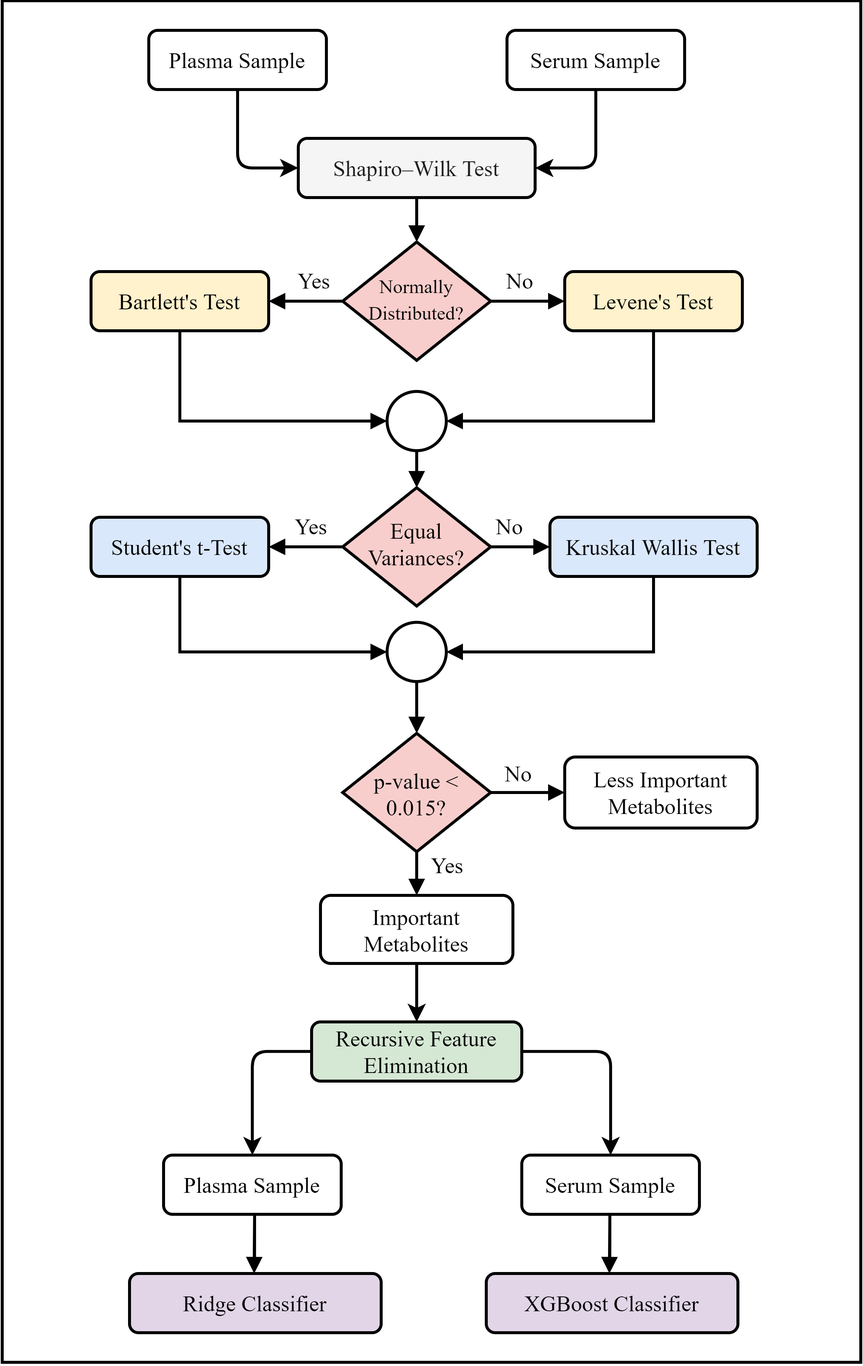
The draw.io diagram visualizations/diagram/both in one.png in utshabkg/lung_cancer_biomarker, before a commit. Source tidied: cells renumbered, new cells last; positions are measured from the earlier drawing's top-left corner, leaving out a move shared by most shapes. The source it was exported from:
```xml
<mxGraphModel>
  <root>
    <mxCell id="0" />
    <mxCell id="1" parent="0" />
    <mxCell id="2" value="Shapiro–Wilk Test" style="rounded=1;whiteSpace=wrap;html=1;fontSize=15;glass=0;strokeWidth=2;shadow=0;fontStyle=0;fontFamily=Times New Roman;fillColor=#f5f5f5;fontColor=#1C1C1C;" parent="1" vertex="1">
      <mxGeometry x="200" y="93" width="160" height="40" as="geometry" />
    </mxCell>
    <mxCell id="3" value="&lt;font style=&quot;font-size: 13px&quot;&gt;Normally Distributed?&lt;/font&gt;" style="rhombus;whiteSpace=wrap;html=1;shadow=0;fontFamily=Times New Roman;fontSize=15;align=center;strokeWidth=2;spacing=6;spacingTop=-4;fontStyle=0;fillColor=#f8cecc;" parent="1" vertex="1">
      <mxGeometry x="230" y="163" width="100" height="80" as="geometry" />
    </mxCell>
    <mxCell id="4" style="edgeStyle=orthogonalEdgeStyle;rounded=0;jettySize=auto;html=1;exitX=0.5;exitY=1;exitDx=0;exitDy=0;entryX=0.5;entryY=0;entryDx=0;entryDy=0;fontFamily=Times New Roman;fontSize=15;fontColor=#000000;endArrow=block;endFill=1;strokeWidth=2;" parent="1" edge="1" source="2" target="3">
      <mxGeometry x="-40" y="-100" as="geometry" />
    </mxCell>
    <mxCell id="5" value="&lt;span style=&quot;font-size: 15px;&quot;&gt;Levene's Test&lt;/span&gt;" style="rounded=1;whiteSpace=wrap;html=1;fontSize=15;glass=0;strokeWidth=2;shadow=0;fontStyle=0;fontFamily=Times New Roman;fillColor=#fff2cc;" parent="1" vertex="1">
      <mxGeometry x="380" y="183" width="120" height="40" as="geometry" />
    </mxCell>
    <mxCell id="6" style="edgeStyle=orthogonalEdgeStyle;rounded=0;jettySize=auto;html=1;exitX=1;exitY=0.5;exitDx=0;exitDy=0;entryX=0;entryY=0.5;entryDx=0;entryDy=0;fontFamily=Times New Roman;fontSize=15;fontColor=#000000;endArrow=block;endFill=1;strokeWidth=2;" parent="1" edge="1" source="3" target="5">
      <mxGeometry x="-40" y="-100" as="geometry" />
    </mxCell>
    <mxCell id="7" value="&lt;span style=&quot;font-size: 15px;&quot;&gt;Bartlett's Test&lt;/span&gt;" style="rounded=1;whiteSpace=wrap;html=1;fontSize=15;glass=0;strokeWidth=2;shadow=0;fontStyle=0;fontFamily=Times New Roman;fillColor=#fff2cc;" parent="1" vertex="1">
      <mxGeometry x="60" y="183" width="120" height="40" as="geometry" />
    </mxCell>
    <mxCell id="8" style="edgeStyle=orthogonalEdgeStyle;rounded=0;jettySize=auto;html=1;exitX=0;exitY=0.5;exitDx=0;exitDy=0;entryX=1;entryY=0.5;entryDx=0;entryDy=0;fontFamily=Times New Roman;fontSize=15;fontColor=#000000;endArrow=block;endFill=1;strokeWidth=2;" parent="1" edge="1" source="3" target="7">
      <mxGeometry x="-40" y="-100" as="geometry" />
    </mxCell>
    <mxCell id="9" value="Equal Variances?" style="rhombus;whiteSpace=wrap;html=1;shadow=0;fontFamily=Times New Roman;fontSize=15;align=center;strokeWidth=2;spacing=6;spacingTop=-4;fontStyle=0;fillColor=#f8cecc;" parent="1" vertex="1">
      <mxGeometry x="230" y="329" width="100" height="80" as="geometry" />
    </mxCell>
    <mxCell id="10" value="&lt;span style=&quot;font-size: 15px;&quot;&gt;Kruskal Wallis Test&lt;/span&gt;" style="rounded=1;whiteSpace=wrap;html=1;fontSize=15;glass=0;strokeWidth=2;shadow=0;fontStyle=0;fontFamily=Times New Roman;fillColor=#dae8fc;" parent="1" vertex="1">
      <mxGeometry x="370" y="349" width="140" height="40" as="geometry" />
    </mxCell>
    <mxCell id="11" style="edgeStyle=orthogonalEdgeStyle;rounded=0;jettySize=auto;html=1;exitX=1;exitY=0.5;exitDx=0;exitDy=0;entryX=0;entryY=0.5;entryDx=0;entryDy=0;fontFamily=Times New Roman;fontSize=15;fontColor=#000000;endArrow=block;endFill=1;strokeWidth=2;" parent="1" edge="1" source="9" target="10">
      <mxGeometry x="-40" y="-100" as="geometry" />
    </mxCell>
    <mxCell id="12" value="&lt;span style=&quot;font-size: 15px;&quot;&gt;Student's t-Test&lt;/span&gt;" style="rounded=1;whiteSpace=wrap;html=1;fontSize=15;glass=0;strokeWidth=2;shadow=0;fontStyle=0;fontFamily=Times New Roman;fillColor=#dae8fc;" parent="1" vertex="1">
      <mxGeometry x="60" y="349" width="120" height="40" as="geometry" />
    </mxCell>
    <mxCell id="13" style="edgeStyle=orthogonalEdgeStyle;rounded=0;jettySize=auto;html=1;exitX=0;exitY=0.5;exitDx=0;exitDy=0;entryX=1;entryY=0.5;entryDx=0;entryDy=0;fontFamily=Times New Roman;fontSize=15;fontColor=#000000;endArrow=block;endFill=1;strokeWidth=2;" parent="1" edge="1" source="9" target="12">
      <mxGeometry x="-40" y="-100" as="geometry" />
    </mxCell>
    <mxCell id="14" style="edgeStyle=orthogonalEdgeStyle;rounded=0;jettySize=auto;html=1;exitX=0.5;exitY=1;exitDx=0;exitDy=0;entryX=0.5;entryY=0;entryDx=0;entryDy=0;fontFamily=Times New Roman;fontSize=15;fontColor=#000000;endArrow=block;endFill=1;strokeWidth=2;" parent="1" edge="1" source="15" target="9">
      <mxGeometry x="-40" y="-100" as="geometry" />
    </mxCell>
    <mxCell id="15" style="ellipse;whiteSpace=wrap;html=1;fontStyle=0;fontFamily=Times New Roman;fontSize=15;strokeWidth=2;" parent="1" vertex="1">
      <mxGeometry x="260" y="264" width="40" height="40" as="geometry" />
    </mxCell>
    <mxCell id="16" style="edgeStyle=orthogonalEdgeStyle;rounded=0;jettySize=auto;html=1;exitX=0.5;exitY=1;exitDx=0;exitDy=0;entryX=1;entryY=0.5;entryDx=0;entryDy=0;fontFamily=Times New Roman;fontSize=15;fontColor=#000000;endArrow=block;endFill=1;strokeWidth=2;" parent="1" edge="1" source="5" target="15">
      <mxGeometry x="-40" y="-100" as="geometry" />
    </mxCell>
    <mxCell id="17" style="edgeStyle=orthogonalEdgeStyle;rounded=0;jettySize=auto;html=1;exitX=0.5;exitY=1;exitDx=0;exitDy=0;entryX=0;entryY=0.5;entryDx=0;entryDy=0;fontFamily=Times New Roman;fontSize=15;fontColor=#000000;endArrow=block;endFill=1;strokeWidth=2;" parent="1" edge="1" source="7" target="15">
      <mxGeometry x="-40" y="-100" as="geometry" />
    </mxCell>
    <mxCell id="18" style="ellipse;whiteSpace=wrap;html=1;fontStyle=0;fontFamily=Times New Roman;fontSize=15;strokeWidth=2;" parent="1" vertex="1">
      <mxGeometry x="260" y="420" width="40" height="40" as="geometry" />
    </mxCell>
    <mxCell id="19" style="edgeStyle=orthogonalEdgeStyle;rounded=0;jettySize=auto;html=1;exitX=0.5;exitY=1;exitDx=0;exitDy=0;entryX=1;entryY=0.5;entryDx=0;entryDy=0;fontFamily=Times New Roman;fontSize=15;fontColor=#000000;endArrow=block;endFill=1;strokeWidth=2;" parent="1" edge="1" source="10" target="18">
      <mxGeometry x="-40" y="-100" as="geometry" />
    </mxCell>
    <mxCell id="20" style="edgeStyle=orthogonalEdgeStyle;rounded=0;jettySize=auto;html=1;exitX=0.5;exitY=1;exitDx=0;exitDy=0;entryX=0;entryY=0.5;entryDx=0;entryDy=0;fontFamily=Times New Roman;fontSize=15;fontColor=#000000;endArrow=block;endFill=1;strokeWidth=2;" parent="1" edge="1" source="12" target="18">
      <mxGeometry x="-40" y="-100" as="geometry" />
    </mxCell>
    <mxCell id="21" style="edgeStyle=orthogonalEdgeStyle;rounded=0;jettySize=auto;html=1;exitX=0.5;exitY=1;exitDx=0;exitDy=0;entryX=0.5;entryY=0;entryDx=0;entryDy=0;fontFamily=Times New Roman;fontSize=15;fontColor=#000000;endArrow=block;endFill=1;strokeWidth=2;" parent="1" edge="1" target="31">
      <mxGeometry x="-40" y="-100" as="geometry">
        <mxPoint x="280" y="568" as="sourcePoint" />
      </mxGeometry>
    </mxCell>
    <mxCell id="22" style="rhombus;whiteSpace=wrap;html=1;shadow=0;fontFamily=Times New Roman;fontSize=15;align=center;strokeWidth=2;spacing=6;spacingTop=-4;fontStyle=0;fillColor=#f8cecc;" parent="1" vertex="1">
      <mxGeometry x="230" y="495" width="100" height="80" as="geometry" />
    </mxCell>
    <mxCell id="23" style="edgeStyle=orthogonalEdgeStyle;rounded=0;jettySize=auto;html=1;exitX=0.5;exitY=1;exitDx=0;exitDy=0;entryX=0.5;entryY=0;entryDx=0;entryDy=0;fontFamily=Times New Roman;fontSize=15;fontColor=#000000;endArrow=block;endFill=1;strokeWidth=2;" parent="1" edge="1" source="18" target="22">
      <mxGeometry x="-40" y="-100" as="geometry" />
    </mxCell>
    <mxCell id="24" value="Less Important Metabolites" style="rounded=1;whiteSpace=wrap;html=1;fontSize=15;glass=0;strokeWidth=2;shadow=0;fontStyle=0;fontFamily=Times New Roman;" parent="1" vertex="1">
      <mxGeometry x="380" y="511" width="130" height="48" as="geometry" />
    </mxCell>
    <mxCell id="25" style="edgeStyle=orthogonalEdgeStyle;rounded=0;jettySize=auto;html=1;exitX=1;exitY=0.5;exitDx=0;exitDy=0;entryX=0;entryY=0.5;entryDx=0;entryDy=0;fontFamily=Times New Roman;fontSize=15;fontColor=#000000;endArrow=block;endFill=1;strokeWidth=2;" parent="1" edge="1" source="22" target="24">
      <mxGeometry x="-40" y="-100" as="geometry" />
    </mxCell>
    <mxCell id="26" value="Yes" style="text;html=1;strokeColor=none;fillColor=none;align=center;verticalAlign=middle;whiteSpace=wrap;rounded=0;fontFamily=Times New Roman;fontSize=15;fontColor=#000000;strokeWidth=2;" parent="1" vertex="1">
      <mxGeometry x="191" y="179" width="40" height="20" as="geometry" />
    </mxCell>
    <mxCell id="27" value="No" style="text;html=1;strokeColor=none;fillColor=none;align=center;verticalAlign=middle;whiteSpace=wrap;rounded=0;fontFamily=Times New Roman;fontSize=15;fontColor=#000000;strokeWidth=2;" parent="1" vertex="1">
      <mxGeometry x="330" y="179" width="40" height="20" as="geometry" />
    </mxCell>
    <mxCell id="28" value="Yes" style="text;html=1;strokeColor=none;fillColor=none;align=center;verticalAlign=middle;whiteSpace=wrap;rounded=0;fontFamily=Times New Roman;fontSize=15;fontColor=#000000;strokeWidth=2;" parent="1" vertex="1">
      <mxGeometry x="189" y="345" width="40" height="20" as="geometry" />
    </mxCell>
    <mxCell id="29" value="No" style="text;html=1;strokeColor=none;fillColor=none;align=center;verticalAlign=middle;whiteSpace=wrap;rounded=0;fontFamily=Times New Roman;fontSize=15;fontColor=#000000;strokeWidth=2;" parent="1" vertex="1">
      <mxGeometry x="323" y="345" width="40" height="20" as="geometry" />
    </mxCell>
    <mxCell id="30" value="No" style="text;html=1;strokeColor=none;fillColor=none;align=center;verticalAlign=middle;whiteSpace=wrap;rounded=0;fontFamily=Times New Roman;fontSize=15;fontColor=#000000;strokeWidth=2;" parent="1" vertex="1">
      <mxGeometry x="329" y="512" width="40" height="20" as="geometry" />
    </mxCell>
    <mxCell id="31" value="Important Metabolites" style="rounded=1;whiteSpace=wrap;html=1;fontSize=15;glass=0;strokeWidth=2;shadow=0;fontStyle=0;fontFamily=Times New Roman;" parent="1" vertex="1">
      <mxGeometry x="215" y="604.5" width="130" height="46" as="geometry" />
    </mxCell>
    <mxCell id="32" value="Yes" style="text;html=1;strokeColor=none;fillColor=none;align=center;verticalAlign=middle;whiteSpace=wrap;rounded=0;fontFamily=Times New Roman;fontSize=15;fontColor=#000000;strokeWidth=2;" parent="1" vertex="1">
      <mxGeometry x="281" y="574" width="40" height="20" as="geometry" />
    </mxCell>
    <mxCell id="33" value="&lt;font face=&quot;Times New Roman&quot;&gt;&lt;span style=&quot;font-size: 15px&quot;&gt;p-value &amp;lt; 0.015?&lt;/span&gt;&lt;/font&gt;" style="text;html=1;strokeColor=none;fillColor=none;align=center;verticalAlign=middle;whiteSpace=wrap;rounded=0;" parent="1" vertex="1">
      <mxGeometry x="245" y="516" width="70" height="40" as="geometry" />
    </mxCell>
    <mxCell id="34" value="&lt;span style=&quot;font-size: 15px&quot;&gt;XGBoost Classifier&lt;/span&gt;" style="rounded=1;whiteSpace=wrap;html=1;fontSize=15;glass=0;strokeWidth=2;shadow=0;fontStyle=0;fontFamily=Times New Roman;fillColor=#e1d5e7;" parent="1" vertex="1">
      <mxGeometry x="327" y="860" width="170" height="40" as="geometry" />
    </mxCell>
    <mxCell id="35" style="edgeStyle=orthogonalEdgeStyle;rounded=0;jettySize=auto;html=1;strokeWidth=2;exitX=0.5;exitY=1;exitDx=0;exitDy=0;" parent="1" edge="1" target="36">
      <mxGeometry x="560" y="-100" as="geometry">
        <mxPoint x="280" y="650.5" as="sourcePoint" />
      </mxGeometry>
    </mxCell>
    <mxCell id="36" value="Recursive Feature Elimination" style="rounded=1;whiteSpace=wrap;html=1;fontSize=15;glass=0;strokeWidth=2;shadow=0;fontStyle=0;fontFamily=Times New Roman;fillColor=#d5e8d4;" parent="1" vertex="1">
      <mxGeometry x="209" y="690" width="142" height="40" as="geometry" />
    </mxCell>
    <mxCell id="37" style="rounded=0;whiteSpace=wrap;html=1;fontFamily=Times New Roman;fontSize=15;fontColor=#000000;strokeColor=#000000;strokeWidth=2;fillColor=none;" parent="1" vertex="1">
      <mxGeometry width="580" height="920" as="geometry" />
    </mxCell>
    <mxCell id="38" value="&lt;span style=&quot;font-size: 15px&quot;&gt;&lt;font style=&quot;font-size: 15px&quot;&gt;Serum Sample&lt;/font&gt;&lt;/span&gt;" style="rounded=1;whiteSpace=wrap;html=1;fontSize=15;glass=0;strokeWidth=2;shadow=0;fontStyle=0;fontFamily=Times New Roman;" parent="1" vertex="1">
      <mxGeometry x="351" y="780" width="120" height="40" as="geometry" />
    </mxCell>
    <mxCell id="39" value="&lt;span style=&quot;font-size: 15px&quot;&gt;&lt;font style=&quot;font-size: 15px&quot;&gt;Plasma Sample&lt;/font&gt;&lt;/span&gt;" style="rounded=1;whiteSpace=wrap;html=1;fontSize=15;glass=0;strokeWidth=2;shadow=0;fontStyle=0;fontFamily=Times New Roman;" parent="1" vertex="1">
      <mxGeometry x="109" y="780" width="120" height="40" as="geometry" />
    </mxCell>
    <mxCell id="40" value="&lt;span style=&quot;font-size: 15px&quot;&gt;Ridge Classifier&lt;/span&gt;" style="rounded=1;whiteSpace=wrap;html=1;fontSize=15;glass=0;strokeWidth=2;shadow=0;fontStyle=0;fontFamily=Times New Roman;fillColor=#e1d5e7;" parent="1" vertex="1">
      <mxGeometry x="86" y="860" width="170" height="40" as="geometry" />
    </mxCell>
    <mxCell id="41" style="edgeStyle=orthogonalEdgeStyle;rounded=0;orthogonalLoop=1;jettySize=auto;html=1;fontFamily=Times New Roman;fontSize=15;fontColor=#000000;endArrow=block;endFill=1;strokeWidth=2;" parent="1" edge="1">
      <mxGeometry x="-149.4" y="10" as="geometry">
        <mxPoint x="170.5" y="850.1" as="sourcePoint" />
        <mxPoint x="170.2" y="860" as="targetPoint" />
        <Array as="points">
          <mxPoint x="170.5" y="820.1" />
          <mxPoint x="170.5" y="820.1" />
        </Array>
      </mxGeometry>
    </mxCell>
    <mxCell id="42" style="edgeStyle=orthogonalEdgeStyle;rounded=0;orthogonalLoop=1;jettySize=auto;html=1;fontFamily=Times New Roman;fontSize=15;fontColor=#000000;endArrow=block;endFill=1;strokeWidth=2;" parent="1" edge="1">
      <mxGeometry x="90.6" y="10" as="geometry">
        <mxPoint x="410.5" y="850.1" as="sourcePoint" />
        <mxPoint x="410.2" y="860" as="targetPoint" />
        <Array as="points">
          <mxPoint x="410.5" y="820.1" />
          <mxPoint x="410.5" y="820.1" />
        </Array>
      </mxGeometry>
    </mxCell>
    <mxCell id="43" style="endArrow=classic;html=1;exitX=0;exitY=0.5;exitDx=0;exitDy=0;entryX=0.5;entryY=0;entryDx=0;entryDy=0;fontSize=13;strokeWidth=2;" parent="1" edge="1" source="36" target="39">
      <mxGeometry relative="1" as="geometry">
        <Array as="points">
          <mxPoint x="169" y="710" />
        </Array>
      </mxGeometry>
    </mxCell>
    <mxCell id="44" style="endArrow=classic;html=1;fontSize=13;strokeWidth=2;exitX=1;exitY=0.5;exitDx=0;exitDy=0;entryX=0.5;entryY=0;entryDx=0;entryDy=0;" parent="1" edge="1" source="36" target="38">
      <mxGeometry relative="1" as="geometry">
        <Array as="points">
          <mxPoint x="411" y="710" />
        </Array>
      </mxGeometry>
    </mxCell>
    <mxCell id="45" value="&lt;span style=&quot;font-size: 15px&quot;&gt;&lt;font style=&quot;font-size: 15px&quot;&gt;Serum Sample&lt;/font&gt;&lt;/span&gt;" style="rounded=1;whiteSpace=wrap;html=1;fontSize=15;glass=0;strokeWidth=2;shadow=0;fontStyle=0;fontFamily=Times New Roman;" parent="1" vertex="1">
      <mxGeometry x="341" y="20" width="120" height="40" as="geometry" />
    </mxCell>
    <mxCell id="46" value="&lt;span style=&quot;font-size: 15px&quot;&gt;&lt;font style=&quot;font-size: 15px&quot;&gt;Plasma Sample&lt;/font&gt;&lt;/span&gt;" style="rounded=1;whiteSpace=wrap;html=1;fontSize=15;glass=0;strokeWidth=2;shadow=0;fontStyle=0;fontFamily=Times New Roman;" parent="1" vertex="1">
      <mxGeometry x="99" y="20" width="120" height="40" as="geometry" />
    </mxCell>
    <mxCell id="47" style="endArrow=classic;html=1;fontSize=13;strokeWidth=2;exitX=0.5;exitY=1;exitDx=0;exitDy=0;entryX=1;entryY=0.5;entryDx=0;entryDy=0;" parent="1" edge="1" source="45" target="2">
      <mxGeometry relative="1" as="geometry">
        <Array as="points">
          <mxPoint x="401" y="113" />
        </Array>
      </mxGeometry>
    </mxCell>
    <mxCell id="48" style="endArrow=classic;html=1;fontSize=13;strokeWidth=2;exitX=0.5;exitY=1;exitDx=0;exitDy=0;entryX=0;entryY=0.5;entryDx=0;entryDy=0;" parent="1" edge="1" source="46" target="2">
      <mxGeometry relative="1" as="geometry">
        <Array as="points">
          <mxPoint x="159" y="113" />
        </Array>
      </mxGeometry>
    </mxCell>
  </root>
</mxGraphModel>
```
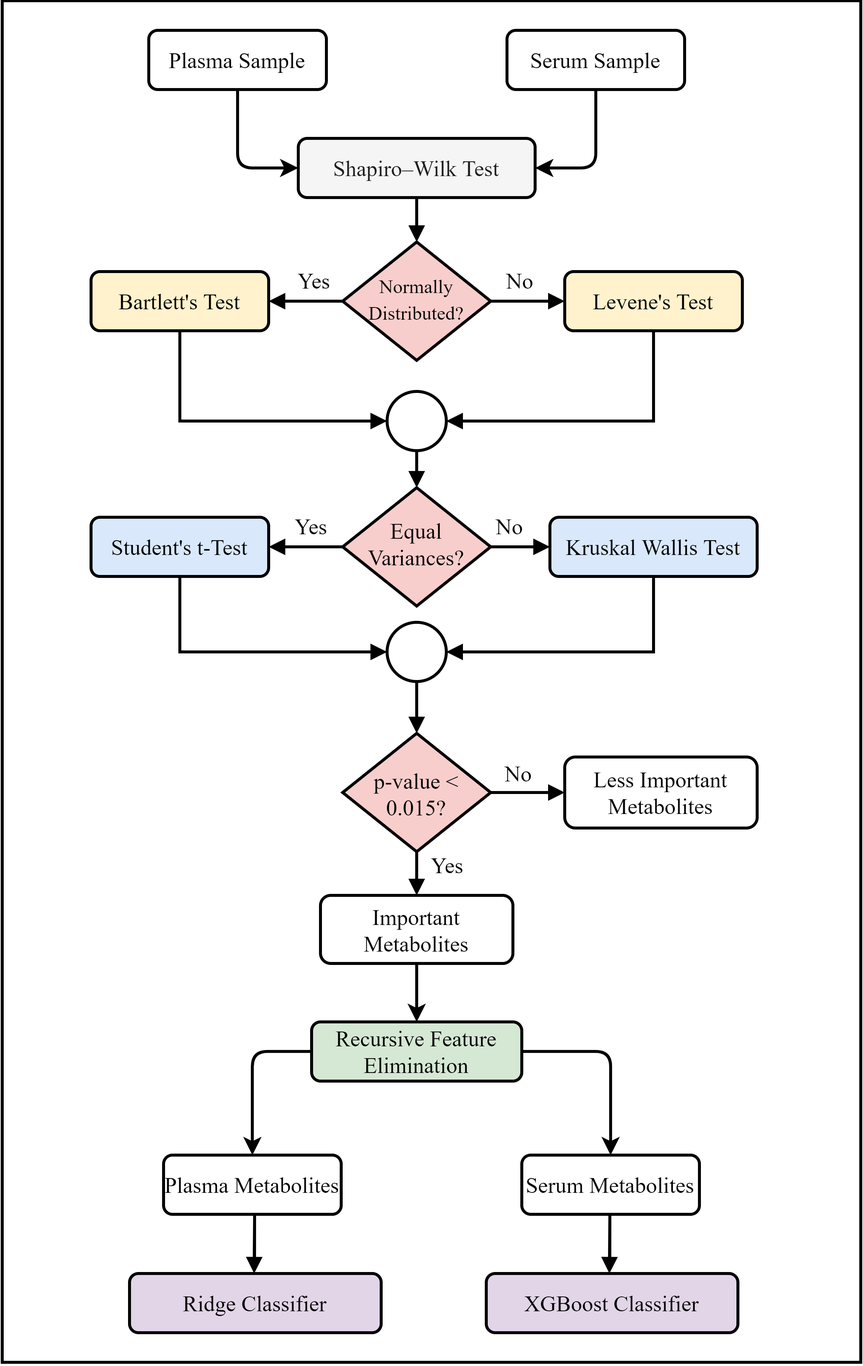
The same file after the commit.

What changed in the source:
```diff
@@ -114,10 +114,10 @@
     <mxCell id="37" style="rounded=0;whiteSpace=wrap;html=1;fontFamily=Times New Roman;fontSize=15;fontColor=#000000;strokeColor=#000000;strokeWidth=2;fillColor=none;" parent="1" vertex="1">
       <mxGeometry width="580" height="920" as="geometry" />
     </mxCell>
-    <mxCell id="38" value="&lt;span style=&quot;font-size: 15px&quot;&gt;&lt;font style=&quot;font-size: 15px&quot;&gt;Serum Sample&lt;/font&gt;&lt;/span&gt;" style="rounded=1;whiteSpace=wrap;html=1;fontSize=15;glass=0;strokeWidth=2;shadow=0;fontStyle=0;fontFamily=Times New Roman;" parent="1" vertex="1">
+    <mxCell id="38" value="&lt;span style=&quot;font-size: 15px&quot;&gt;&lt;font style=&quot;font-size: 15px&quot;&gt;Serum Metabolites&lt;/font&gt;&lt;/span&gt;" style="rounded=1;whiteSpace=wrap;html=1;fontSize=15;glass=0;strokeWidth=2;shadow=0;fontStyle=0;fontFamily=Times New Roman;" parent="1" vertex="1">
       <mxGeometry x="351" y="780" width="120" height="40" as="geometry" />
     </mxCell>
-    <mxCell id="39" value="&lt;span style=&quot;font-size: 15px&quot;&gt;&lt;font style=&quot;font-size: 15px&quot;&gt;Plasma Sample&lt;/font&gt;&lt;/span&gt;" style="rounded=1;whiteSpace=wrap;html=1;fontSize=15;glass=0;strokeWidth=2;shadow=0;fontStyle=0;fontFamily=Times New Roman;" parent="1" vertex="1">
+    <mxCell id="39" value="&lt;span style=&quot;font-size: 15px&quot;&gt;&lt;font style=&quot;font-size: 15px&quot;&gt;Plasma Metabolites&lt;/font&gt;&lt;/span&gt;" style="rounded=1;whiteSpace=wrap;html=1;fontSize=15;glass=0;strokeWidth=2;shadow=0;fontStyle=0;fontFamily=Times New Roman;" parent="1" vertex="1">
       <mxGeometry x="109" y="780" width="120" height="40" as="geometry" />
     </mxCell>
     <mxCell id="40" value="&lt;span style=&quot;font-size: 15px&quot;&gt;Ridge Classifier&lt;/span&gt;" style="rounded=1;whiteSpace=wrap;html=1;fontSize=15;glass=0;strokeWidth=2;shadow=0;fontStyle=0;fontFamily=Times New Roman;fillColor=#e1d5e7;" parent="1" vertex="1">
```
